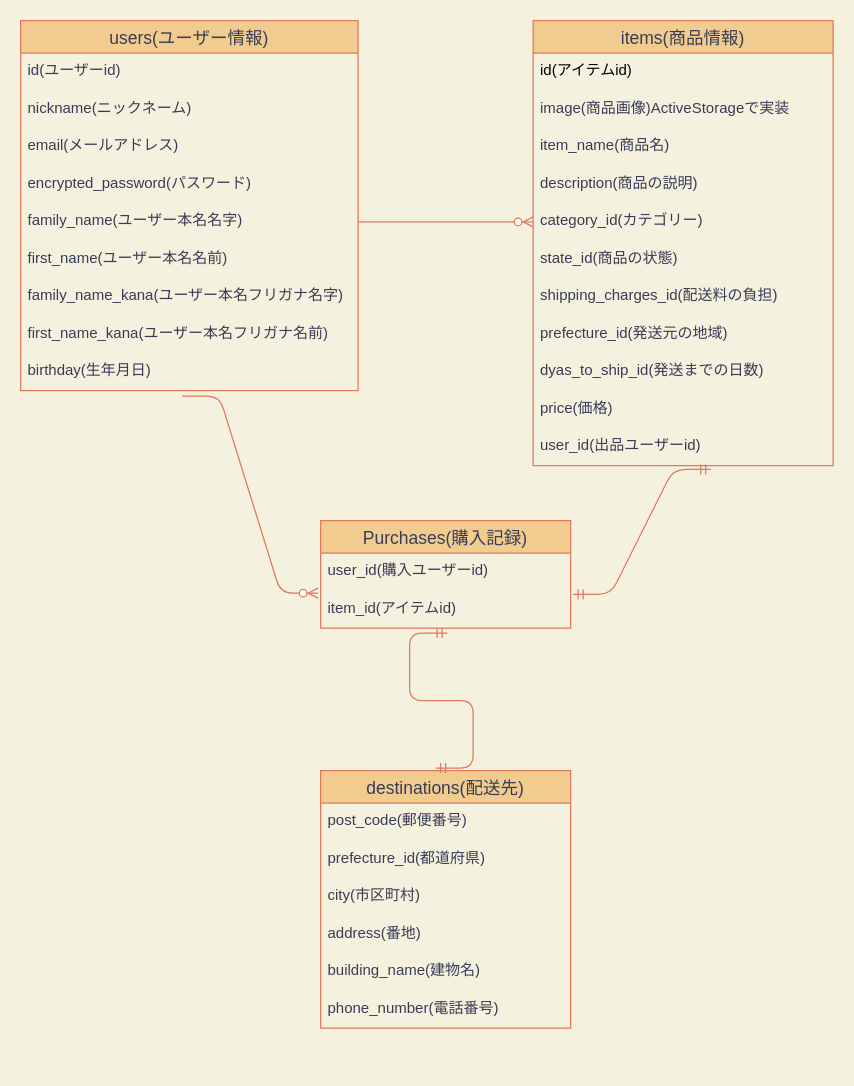
Earlier version of the draw.io diagram ER.dio (kyohhh/furima-30966). Source tidied: cells renumbered, new cells numbered last; positions are measured from the earlier drawing's top-left corner, leaving out a move shared by most shapes. Both pictures are drawn from the tidied source at 125%, with x=0, y=0 at pixel (20, 20).
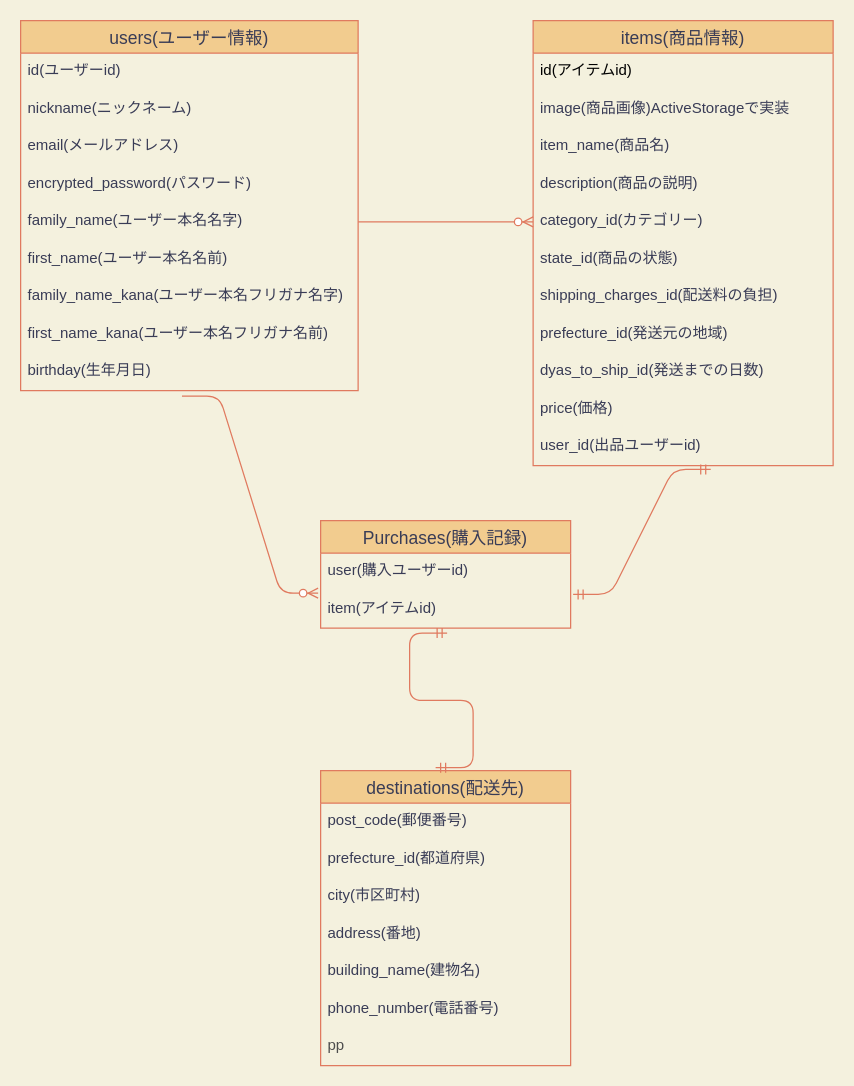
Above is the later version.

Unchanged cells that the change refers to:
```xml
<mxCell id="24" value="Purchases(購入記録)" style="swimlane;fontStyle=0;horizontal=1;startSize=26;align=center;fontSize=14;rounded=0;sketch=0;strokeColor=#E07A5F;fillColor=#F2CC8F;fontColor=#393C56;" parent="1" vertex="1">
  <mxGeometry x="240" y="400" width="200" height="86" as="geometry" />
</mxCell>
```

What changed in the source:
```diff
@@
-    <mxCell id="25" value="user_id(購入ユーザーid)" style="text;strokeColor=none;fillColor=none;spacingLeft=4;spacingRight=4;overflow=hidden;points=[[0,0.5],[1,0.5]];portConstraint=eastwest;fontSize=12;rounded=0;sketch=0;fontColor=#393C56;" parent="24" vertex="1">
+    <mxCell id="25" value="user(購入ユーザーid)" style="text;strokeColor=none;fillColor=none;spacingLeft=4;spacingRight=4;overflow=hidden;points=[[0,0.5],[1,0.5]];portConstraint=eastwest;fontSize=12;rounded=0;sketch=0;fontColor=#393C56;" parent="24" vertex="1">
       <mxGeometry y="26" width="200" height="30" as="geometry" />
     </mxCell>
-    <mxCell id="26" value="item_id(アイテムid)" style="text;strokeColor=none;fillColor=none;spacingLeft=4;spacingRight=4;overflow=hidden;points=[[0,0.5],[1,0.5]];portConstraint=eastwest;fontSize=12;rounded=0;sketch=0;fontColor=#393C56;" parent="24" vertex="1">
+    <mxCell id="26" value="item(アイテムid)" style="text;strokeColor=none;fillColor=none;spacingLeft=4;spacingRight=4;overflow=hidden;points=[[0,0.5],[1,0.5]];portConstraint=eastwest;fontSize=12;rounded=0;sketch=0;fontColor=#393C56;" parent="24" vertex="1">
       <mxGeometry y="56" width="200" height="30" as="geometry" />
     </mxCell>
     <mxCell id="27" value="destinations(配送先)" style="swimlane;fontStyle=0;horizontal=1;startSize=26;align=center;fontSize=14;rounded=0;sketch=0;fillColor=#F2CC8F;strokeColor=#E07A5F;fontColor=#393C56;" parent="1" vertex="1">
-      <mxGeometry x="240" y="600" width="200" height="206" as="geometry" />
+      <mxGeometry x="240" y="600" width="200" height="236" as="geometry" />
     </mxCell>
@@
+    <mxCell id="38" value="pp" style="text;strokeColor=none;fillColor=none;spacingLeft=4;spacingRight=4;overflow=hidden;fontSize=12;fontColor=#4D4D4D;" parent="27" vertex="1">
+      <mxGeometry y="206" width="200" height="30" as="geometry" />
+    </mxCell>
```
